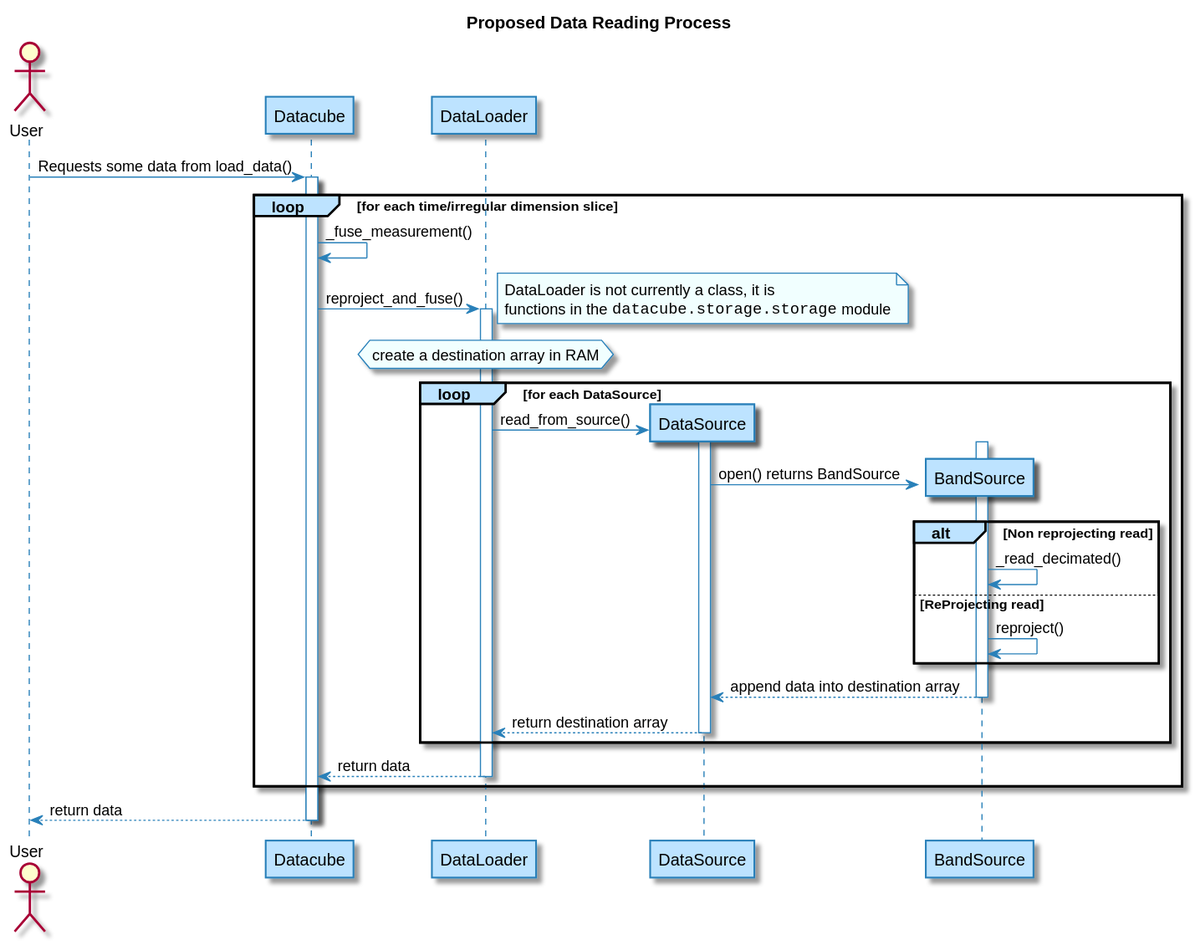
loicdtx/datacube-core keeps this PlantUML diagram as docs/diagrams/proposed_data_read_process.svg. Above is the earlier version. Its diagram source:
```plantuml
@startuml

skinparam backgroundColor white

skinparam note {
    BackgroundColor #F1FFFF
    BorderColor #2980B9
}

skinparam activity {
    BackgroundColor #BDE3FF
    ArrowColor #2980B9
    BorderColor #2980B9
    StartColor #227BC6
    EndColor #227BC6
    BarColor #227BC6
}

skinparam sequence {
    ArrowColor  #2980B9
    DividerBackgroundColor  #BDE3FF
    GroupBackgroundColor    #BDE3FF
    LifeLineBackgroundColor white
    LifeLineBorderColor #2980B9
    ParticipantBackgroundColor  #BDE3FF
    ParticipantBorderColor  #2980B9
    BoxLineColor    #2980B9
    BoxBackgroundColor  #DDDDDD
}

skinparam actorBackgroundColor #FEFECE
skinparam actorBorderColor    #A80036

skinparam usecaseArrowColor   #A80036
skinparam usecaseBackgroundColor  #FEFECE
skinparam usecaseBorderColor  #A80036

skinparam classArrowColor #A80036
skinparam classBackgroundColor    #FEFECE
skinparam classBorderColor    #A80036

skinparam objectArrowColor    #A80036
skinparam objectBackgroundColor   #FEFECE
skinparam objectBorderColor   #A80036

skinparam packageBackgroundColor  #FEFECE
skinparam packageBorderColor  #A80036

skinparam stereotypeCBackgroundColor  #ADD1B2
skinparam stereotypeABackgroundColor  #A9DCDF
skinparam stereotypeIBackgroundColor  #B4A7E5
skinparam stereotypeEBackgroundColor  #EB937F

skinparam componentArrowColor #A80036
skinparam componentBackgroundColor    #FEFECE
skinparam componentBorderColor    #A80036
skinparam componentInterfaceBackgroundColor   #FEFECE
skinparam componentInterfaceBorderColor   #A80036

skinparam stateBackgroundColor #BDE3FF
skinparam stateBorderColor #2980B9
skinparam stateArrowColor #2980B9
skinparam stateStartColor black
skinparam stateEndColor   black

title Proposed Data Reading Process
actor User


User -> Datacube: Requests some data from load_data()
activate Datacube

loop for each time/irregular dimension slice
  Datacube -> Datacube: _fuse_measurement()
  Datacube -> DataLoader:  reproject_and_fuse()
  note right
    DataLoader is not currently a class, it is
    functions in the ""datacube.storage.storage"" module
  end note
  activate DataLoader
  hnote over DataLoader : create a destination array in RAM
  loop for each DataSource
    create DataSource
    DataLoader -> DataSource: read_from_source()
    activate DataSource

    create BandSource
    activate BandSource
    DataSource -> BandSource: open() returns BandSource
    alt Non reprojecting read
        BandSource -> BandSource: _read_decimated()
    else ReProjecting read
        BandSource -> BandSource: reproject()
    end
    BandSource --> DataSource: append data into destination array
    deactivate BandSource
    DataSource --> DataLoader: return destination array
    deactivate DataSource
  end
  DataLoader --> Datacube: return data
  deactivate DataLoader

end

Datacube --> User: return data
deactivate Datacube


@enduml
```
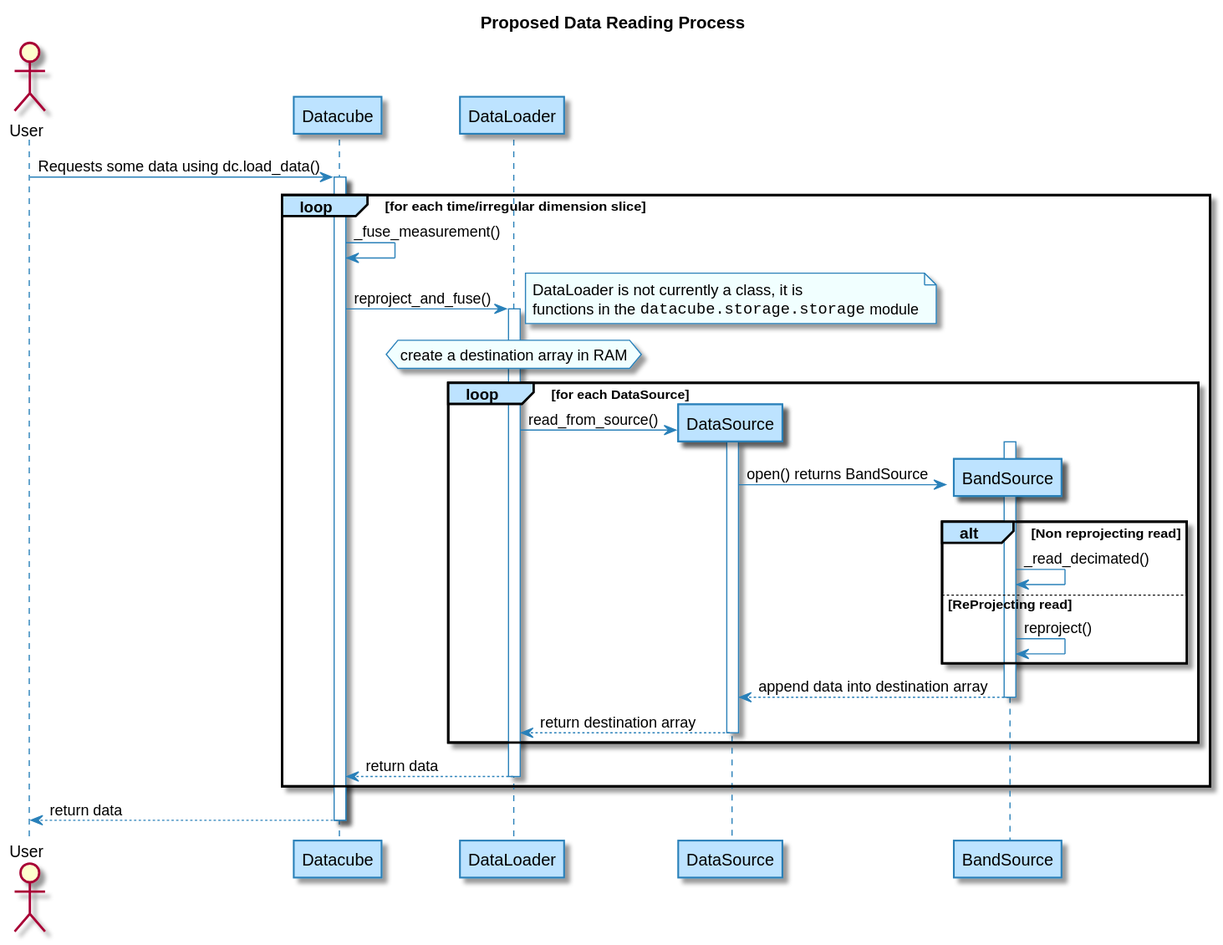
The same diagram one commit later.

Change to the diagram source:
```diff
@@ -67,7 +67,7 @@
 actor User
 
 
-User -> Datacube: Requests some data from load_data()
+User -> Datacube: Requests some data using dc.load_data()
 activate Datacube
 
 loop for each time/irregular dimension slice
```
